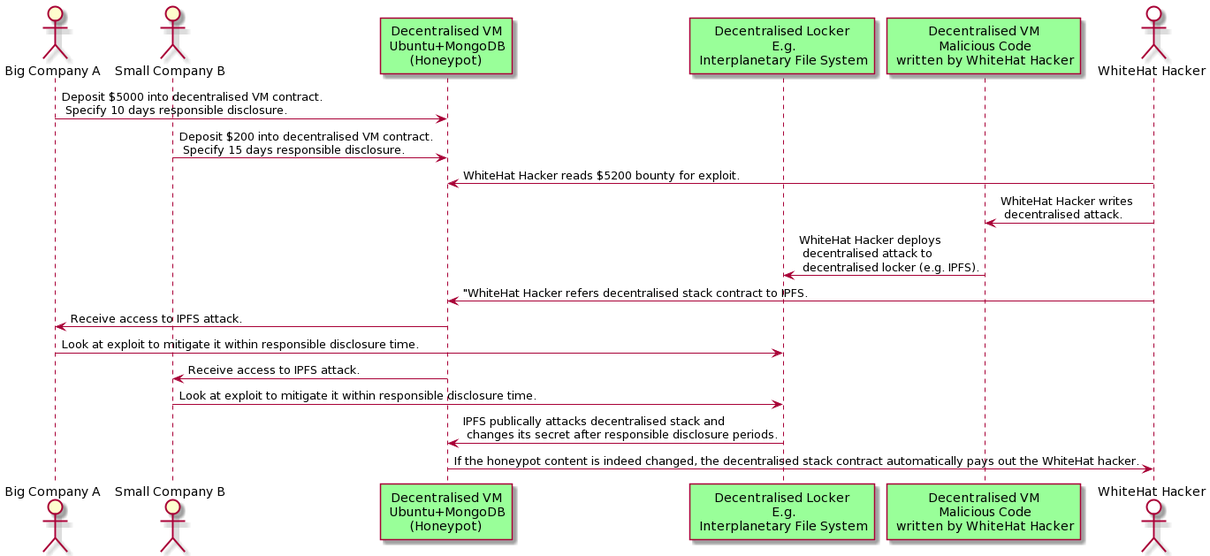
Earlier version of the PlantUML export Whitepaper/images/plantuml/interaction.png (TruSec/TruSec-whitepaper).
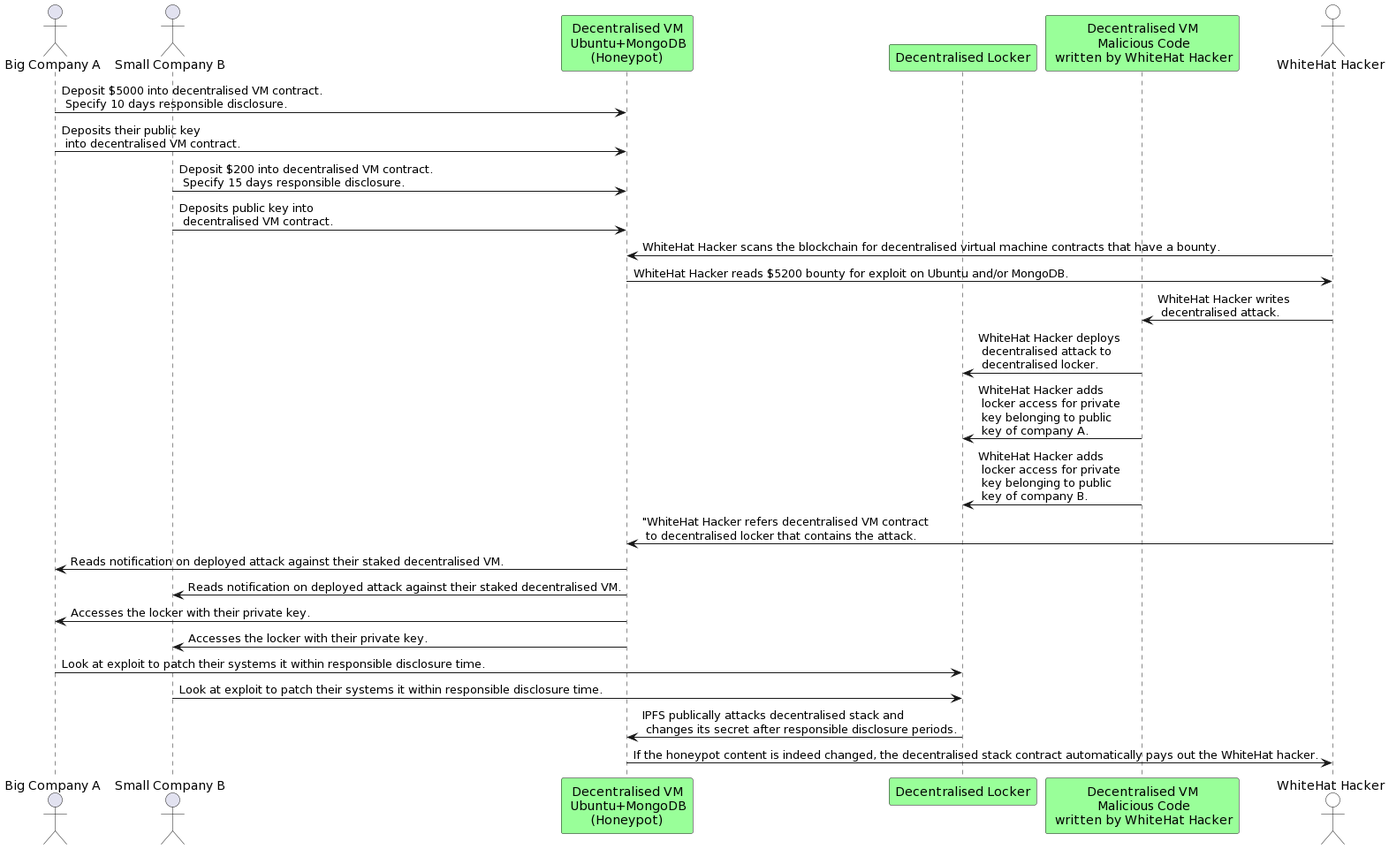
The same file after the commit.

What changed in the source:
```diff
@@ -2,20 +2,27 @@
 actor "Big Company A"
 actor "Small Company B"
 participant "Decentralised VM\n Ubuntu+MongoDB\n(Honeypot)" as stack #99FF99
-participant "Decentralised Locker\n E.g.\n Interplanetary File System" as ipfs #99FF99
+participant "Decentralised Locker" as ipfs #99FF99
 participant "Decentralised VM\n Malicious Code\n written by WhiteHat Hacker" as attack #99FF99
 actor "WhiteHat Hacker" #white
 
 "Big Company A"->"stack": Deposit $5000 into decentralised VM contract.\n Specify 10 days responsible disclosure.
+"Big Company A"->"stack": Deposits their public key\n into decentralised VM contract.
 "Small Company B"->"stack": Deposit $200 into decentralised VM contract.\n Specify 15 days responsible disclosure.
-"WhiteHat Hacker"->"stack": WhiteHat Hacker reads $5200 bounty for exploit.
+"Small Company B"->"stack": Deposits public key into\n decentralised VM contract.
+"WhiteHat Hacker"->"stack": WhiteHat Hacker scans the blockchain for decentralised virtual machine contracts that have a bounty.
+"stack"->"WhiteHat Hacker": WhiteHat Hacker reads $5200 bounty for exploit on Ubuntu and/or MongoDB.
 "WhiteHat Hacker"->"attack": WhiteHat Hacker writes\n decentralised attack.
-"attack"->"ipfs": WhiteHat Hacker deploys\n decentralised attack to\n decentralised locker (e.g. IPFS).
-"WhiteHat Hacker"->"stack": "WhiteHat Hacker refers decentralised stack contract to IPFS.
-"stack"->"Big Company A": Receive access to IPFS attack.
-"Big Company A"->"ipfs": Look at exploit to mitigate it within responsible disclosure time.
-"stack"->"Small Company B": Receive access to IPFS attack.
-"Small Company B"->"ipfs": Look at exploit to mitigate it within responsible disclosure time.
+"attack"->"ipfs": WhiteHat Hacker deploys\n decentralised attack to\n decentralised locker.
+"attack"->"ipfs": WhiteHat Hacker adds\n locker access for private\n key belonging to public\n key of company A.
+"attack"->"ipfs": WhiteHat Hacker adds\n locker access for private\n key belonging to public\n key of company B.
+"WhiteHat Hacker"->"stack": "WhiteHat Hacker refers decentralised VM contract\n to decentralised locker that contains the attack.
+"stack"->"Big Company A": Reads notification on deployed attack against their staked decentralised VM.
+"stack"->"Small Company B": Reads notification on deployed attack against their staked decentralised VM.
+"stack"->"Big Company A": Accesses the locker with their private key.
+"stack"->"Small Company B": Accesses the locker with their private key.
+"Big Company A"->"ipfs": Look at exploit to patch their systems it within responsible disclosure time.
+"Small Company B"->"ipfs": Look at exploit to patch their systems it within responsible disclosure time.
 "ipfs"->"stack": IPFS publically attacks decentralised stack and\n changes its secret after responsible disclosure periods.
 "stack"->"WhiteHat Hacker": If the honeypot content is indeed changed, the decentralised stack contract automatically pays out the WhiteHat hacker.
 @enduml
```
